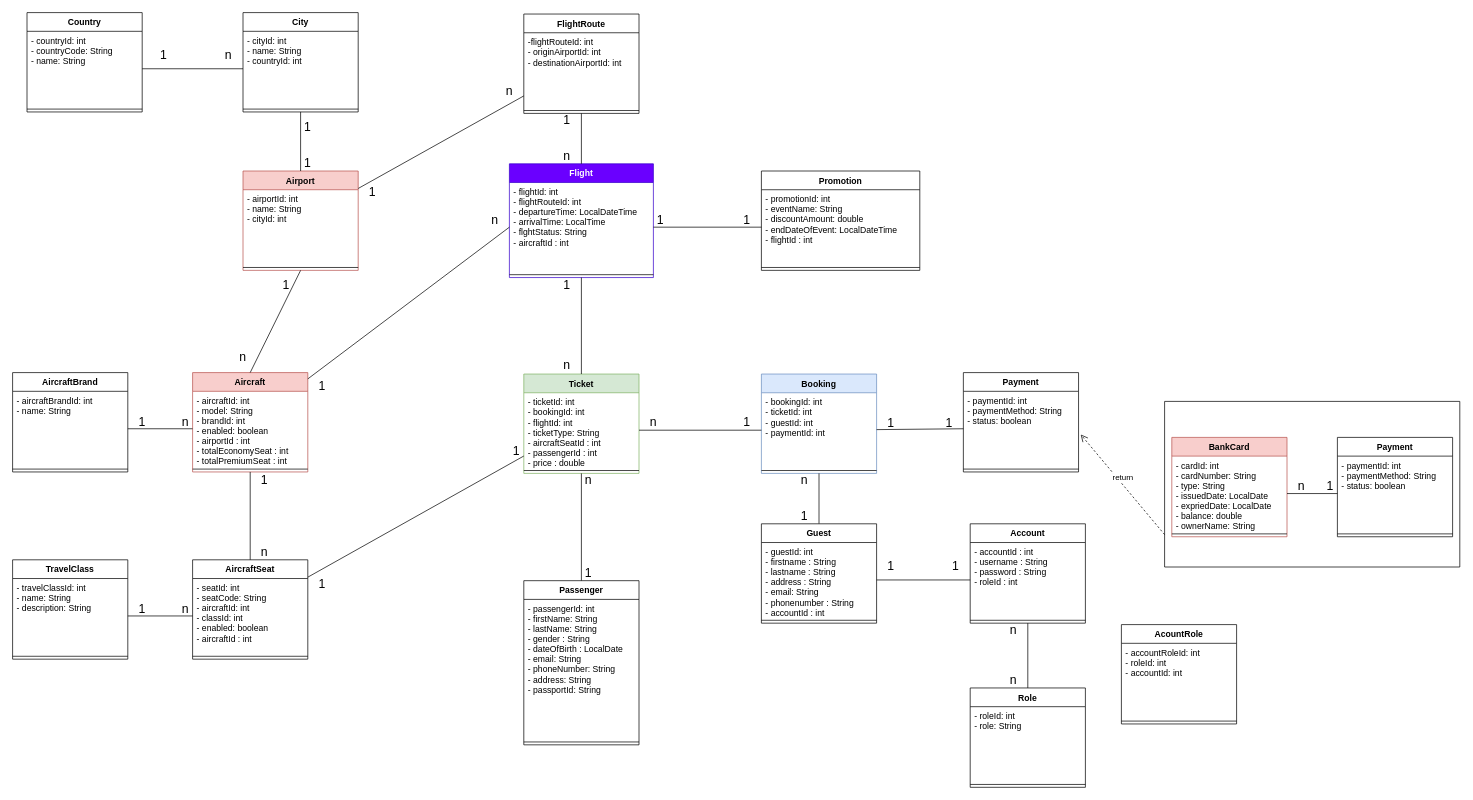
Minh-Huy-FlightBooking/flightbookingsystem keeps this draw.io diagram as page "Page-3" (3 of 4) of Design (1).drawio. Above is the earlier version. Source tidied: cells renumbered, new cells numbered last; positions are measured from the earlier drawing's top-left corner, leaving out a move shared by most shapes. Both pictures are drawn from the tidied source at 72%, with x=0, y=0 at pixel (12, 12).
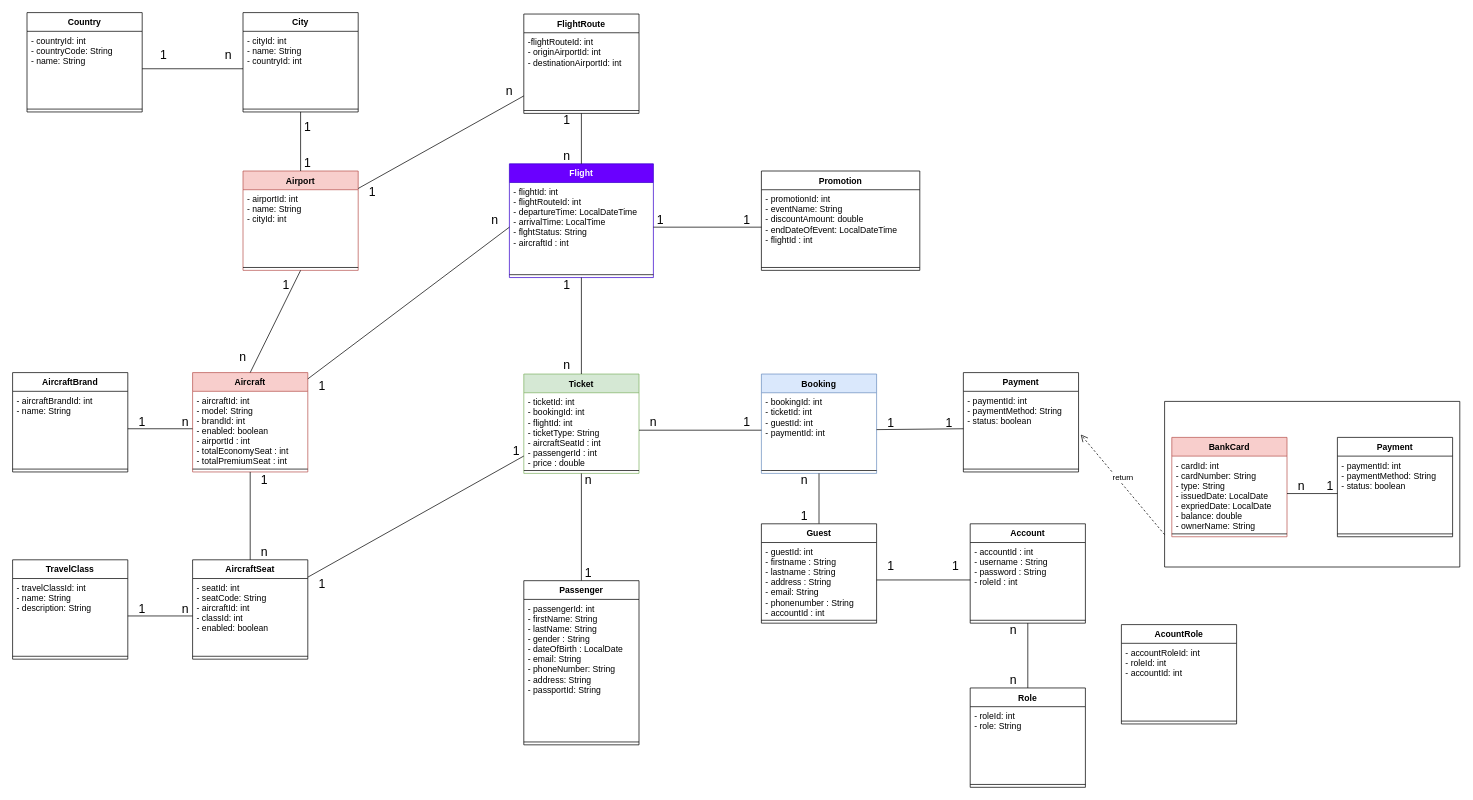
After the change.

The change refers to these unchanged cells:
```xml
<mxCell id="23" value="AircraftSeat" style="swimlane;fontStyle=1;align=center;verticalAlign=top;horizontal=1;startSize=26;" parent="1" vertex="1">
  <mxGeometry x="250" y="760" width="160" height="138" as="geometry" />
</mxCell>
```

Diff of the diagram source:
```diff
@@
-    <mxCell id="24" value="- seatId: int&#10;- seatCode: String&#10;- aircraftId: int&#10;- classId: int&#10;- enabled: boolean&#10;- aircraftId : int&#10;" style="text;strokeColor=none;fillColor=none;align=left;verticalAlign=top;spacingLeft=4;spacingRight=4;overflow=hidden;points=[[0,0.5],[1,0.5]];portConstraint=eastwest;" parent="23" vertex="1">
+    <mxCell id="24" value="- seatId: int&#10;- seatCode: String&#10;- aircraftId: int&#10;- classId: int&#10;- enabled: boolean&#10;&#10;" style="text;strokeColor=none;fillColor=none;align=left;verticalAlign=top;spacingLeft=4;spacingRight=4;overflow=hidden;points=[[0,0.5],[1,0.5]];portConstraint=eastwest;" parent="23" vertex="1">
       <mxGeometry y="26" width="160" height="104" as="geometry" />
     </mxCell>
```
